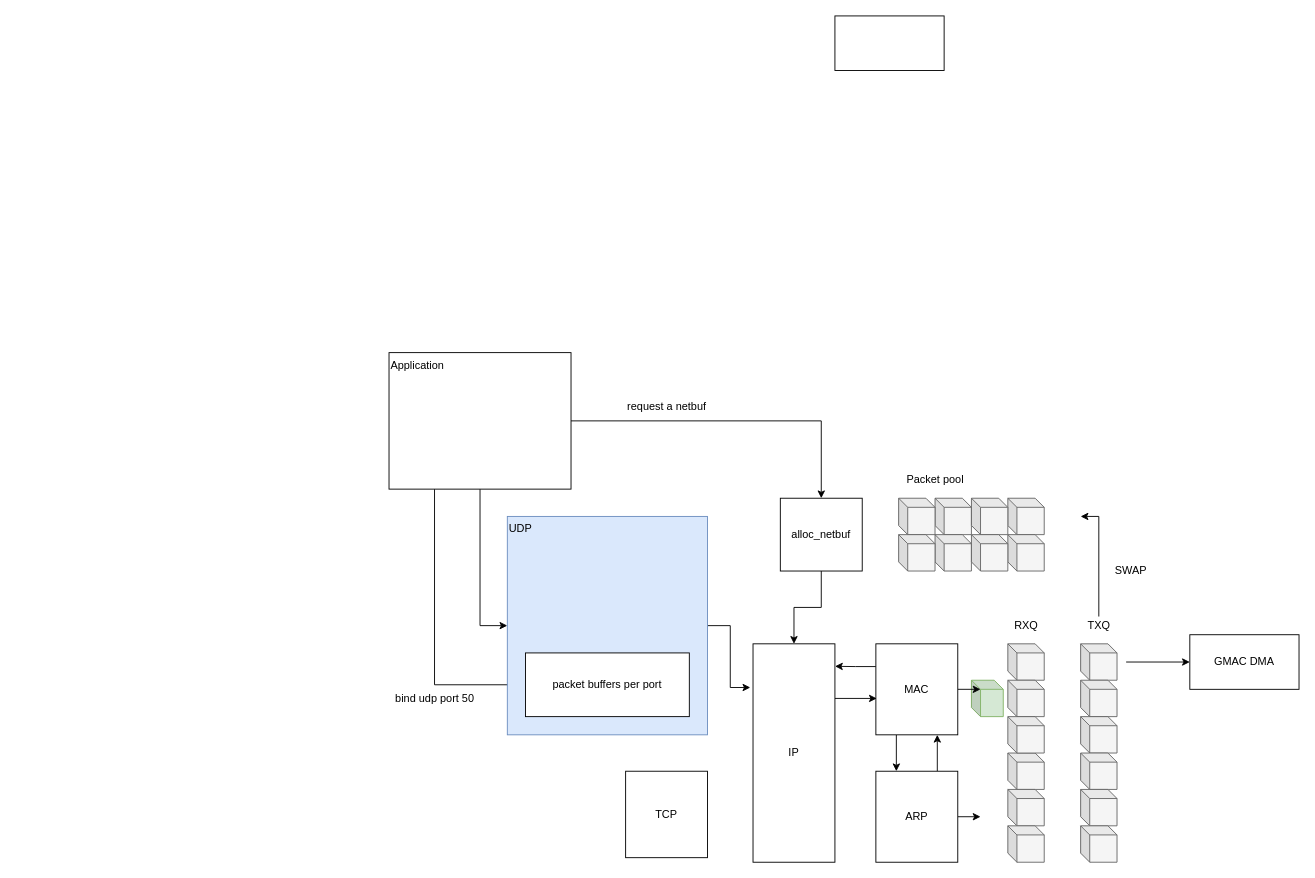
strawberryhacker/operating-system-cortex-a5 keeps this draw.io diagram as doc/diagrams/net.drawio.xml. Above is the earlier version. Source tidied: cells renumbered, new cells numbered last; positions are measured from the earlier drawing's top-left corner, leaving out a move shared by most shapes. Both pictures are drawn from the tidied source at 91%, with x=0, y=0 at pixel (379, 15).
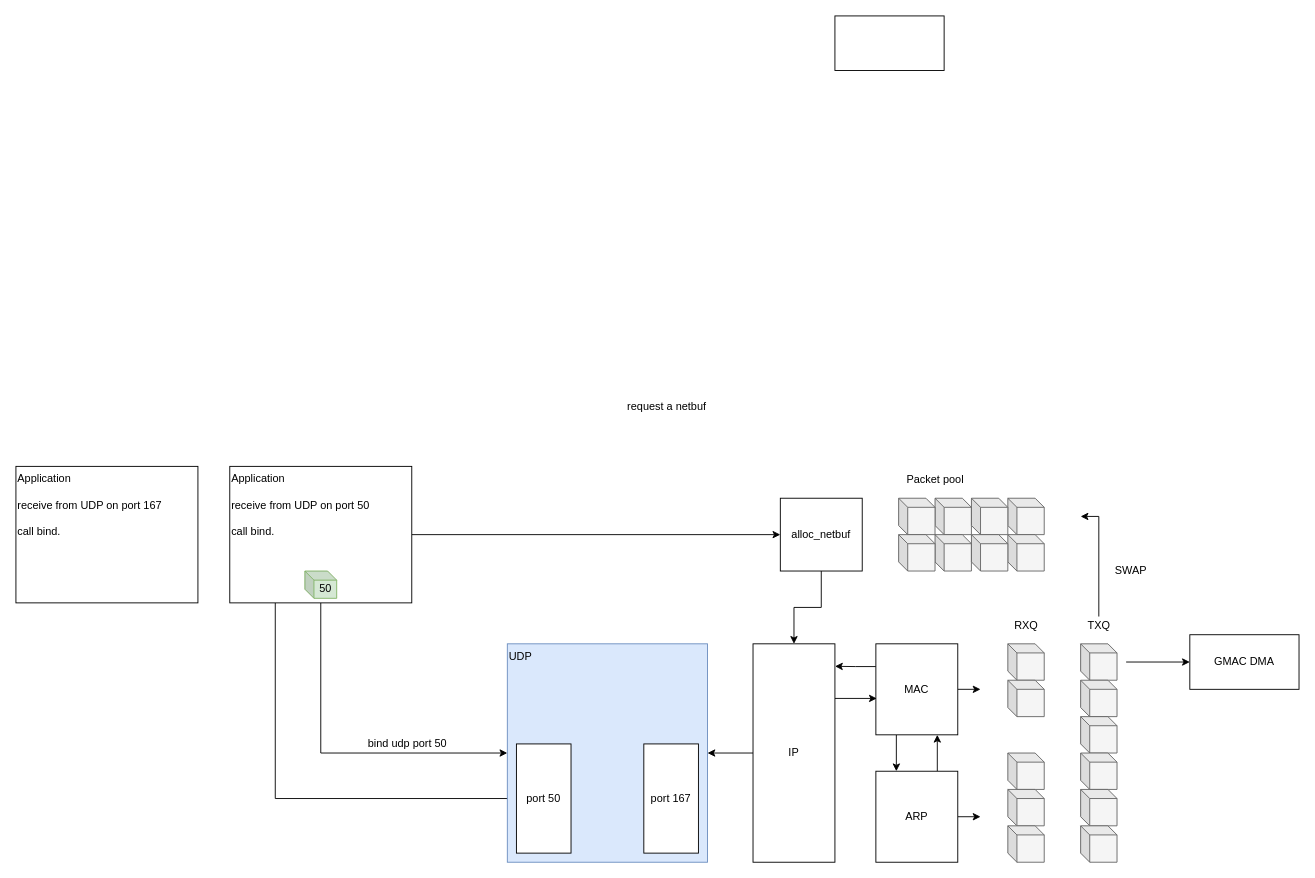
Above is the later version.

The change refers to these unchanged cells:
```xml
<mxCell id="41" value="IP" style="rounded=0;whiteSpace=wrap;html=1;align=center;verticalAlign=middle;" parent="1" vertex="1">
  <mxGeometry x="410" y="690" width="90" height="240" as="geometry" />
</mxCell>
```

Change to the diagram source:
```diff
@@
-    <mxCell id="8" style="shape=cube;whiteSpace=wrap;html=1;boundedLbl=1;backgroundOutline=1;darkOpacity=0.05;darkOpacity2=0.1;size=10;fillColor=#d5e8d4;strokeColor=#82b366;" parent="1" vertex="1">
-      <mxGeometry x="650" y="730" width="35" height="40" as="geometry" />
-    </mxCell>
@@
-    <mxCell id="22" value="Application" style="rounded=0;whiteSpace=wrap;html=1;align=left;verticalAlign=top;" parent="1" vertex="1">
-      <mxGeometry x="10" y="370" width="200" height="150" as="geometry" />
+    <mxCell id="22" value="Application&lt;br&gt;&lt;br&gt;receive from UDP on port 50&lt;br&gt;&lt;br&gt;call bind." style="rounded=0;whiteSpace=wrap;html=1;align=left;verticalAlign=top;" parent="1" vertex="1">
+      <mxGeometry x="-165" y="495" width="200" height="150" as="geometry" />
     </mxCell>
@@
+    <mxCell id="52" style="edgeStyle=orthogonalEdgeStyle;rounded=0;jettySize=auto;html=1;exitX=0;exitY=0.5;exitDx=0;exitDy=0;entryX=1;entryY=0.5;entryDx=0;entryDy=0;" parent="1" edge="1" source="41" target="43">
+      <mxGeometry relative="1" as="geometry" />
+    </mxCell>
@@
-    <mxCell id="42" style="edgeStyle=orthogonalEdgeStyle;rounded=0;jettySize=auto;html=1;exitX=1;exitY=0.5;exitDx=0;exitDy=0;entryX=-0.033;entryY=0.2;entryDx=0;entryDy=0;entryPerimeter=0;" parent="1" edge="1" source="43" target="41">
-      <mxGeometry relative="1" as="geometry" />
-    </mxCell>
     <mxCell id="43" value="UDP" style="rounded=0;whiteSpace=wrap;html=1;align=left;verticalAlign=top;fillColor=#dae8fc;strokeColor=#6c8ebf;" parent="1" vertex="1">
-      <mxGeometry x="140" y="550" width="220" height="240" as="geometry" />
+      <mxGeometry x="140" y="690" width="220" height="240" as="geometry" />
     </mxCell>
-    <mxCell id="44" value="TCP" style="rounded=0;whiteSpace=wrap;html=1;align=center;verticalAlign=middle;" parent="1" vertex="1">
-      <mxGeometry x="270" y="830" width="90" height="95" as="geometry" />
-    </mxCell>
@@
-    <mxCell id="48" value="packet buffers per port" style="rounded=0;whiteSpace=wrap;html=1;align=center;verticalAlign=middle;" parent="1" vertex="1">
-      <mxGeometry x="160" y="700" width="180" height="70" as="geometry" />
+    <mxCell id="48" value="port 50" style="rounded=0;whiteSpace=wrap;html=1;align=center;verticalAlign=middle;" parent="1" vertex="1">
+      <mxGeometry x="150" y="800" width="60" height="120" as="geometry" />
     </mxCell>
     <mxCell id="49" value="bind udp port 50" style="text;html=1;align=center;verticalAlign=middle;" parent="1" vertex="1">
-      <mxGeometry y="740" width="120" height="20" as="geometry" />
+      <mxGeometry x="-30" y="790" width="120" height="20" as="geometry" />
     </mxCell>
-    <mxCell id="50" style="shape=cube;whiteSpace=wrap;html=1;boundedLbl=1;backgroundOutline=1;darkOpacity=0.05;darkOpacity2=0.1;size=10;fillColor=#f5f5f5;strokeColor=#666666;fontColor=#333333;" parent="1" vertex="1">
-      <mxGeometry x="690" y="770" width="40" height="40" as="geometry" />
-    </mxCell>
@@
+    <mxCell id="53" value="Application&lt;br&gt;&lt;br&gt;receive from UDP on port 167&lt;br&gt;&lt;br&gt;call bind." style="rounded=0;whiteSpace=wrap;html=1;align=left;verticalAlign=top;" parent="1" vertex="1">
+      <mxGeometry x="-400" y="495" width="200" height="150" as="geometry" />
+    </mxCell>
+    <mxCell id="54" value="port 167" style="rounded=0;whiteSpace=wrap;html=1;align=center;verticalAlign=middle;" parent="1" vertex="1">
+      <mxGeometry x="290" y="800" width="60" height="120" as="geometry" />
+    </mxCell>
+    <mxCell id="8" value="50" style="shape=cube;whiteSpace=wrap;html=1;boundedLbl=1;backgroundOutline=1;darkOpacity=0.05;darkOpacity2=0.1;size=10;fillColor=#d5e8d4;strokeColor=#82b366;" parent="1" vertex="1">
+      <mxGeometry x="-82.5" y="610" width="35" height="30" as="geometry" />
+    </mxCell>
```
